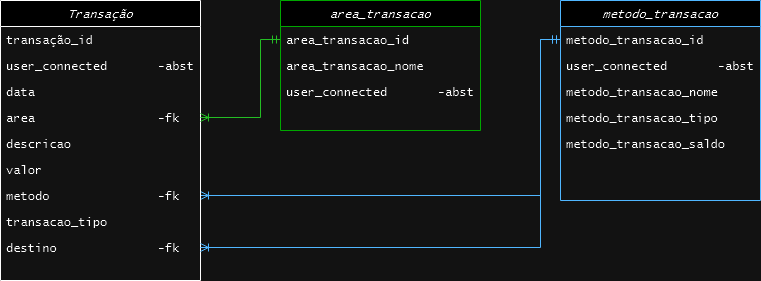
The draw.io diagram utils/my-money-management.png in Antonio-Neves/my-money-management, before a commit. Source tidied: cells renumbered, new cells last; positions are measured from the earlier drawing's top-left corner, leaving out a move shared by most shapes.
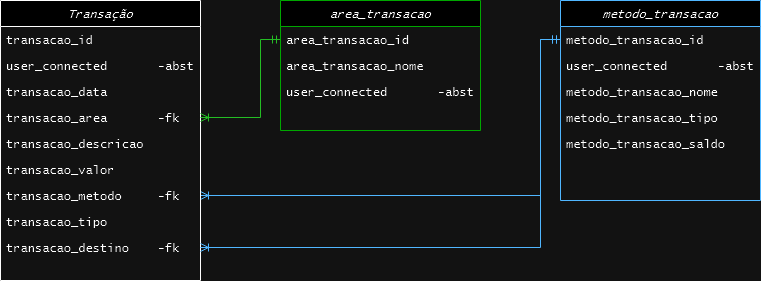
After the change.

The edit, as a diff of the source:
```diff
@@ -42,31 +42,31 @@
     <mxCell id="13" value="Transação" style="swimlane;fontStyle=2;align=center;verticalAlign=top;horizontal=1;startSize=26;rounded=0;shadow=0;strokeWidth=1;fontFamily=Lucida Console;" parent="1" vertex="1">
       <mxGeometry width="200" height="280" as="geometry" />
     </mxCell>
-    <mxCell id="14" value="transação_id" style="text;align=left;verticalAlign=top;spacingLeft=4;spacingRight=4;overflow=hidden;fontFamily=Lucida Console;" parent="13" vertex="1">
+    <mxCell id="14" value="transacao_id" style="text;align=left;verticalAlign=top;spacingLeft=4;spacingRight=4;overflow=hidden;fontFamily=Lucida Console;" parent="13" vertex="1">
       <mxGeometry y="26" width="200" height="26" as="geometry" />
     </mxCell>
     <mxCell id="15" value="user_connected       -abst" style="text;align=left;verticalAlign=top;spacingLeft=4;spacingRight=4;overflow=hidden;rounded=0;shadow=0;html=0;fontFamily=Lucida Console;" parent="13" vertex="1">
       <mxGeometry y="52" width="200" height="26" as="geometry" />
     </mxCell>
-    <mxCell id="16" value="data" style="text;align=left;verticalAlign=top;spacingLeft=4;spacingRight=4;overflow=hidden;fontFamily=Lucida Console;" parent="13" vertex="1">
+    <mxCell id="16" value="transacao_data" style="text;align=left;verticalAlign=top;spacingLeft=4;spacingRight=4;overflow=hidden;fontFamily=Lucida Console;" parent="13" vertex="1">
       <mxGeometry y="78" width="200" height="26" as="geometry" />
     </mxCell>
-    <mxCell id="17" value="area                 -fk" style="text;align=left;verticalAlign=top;spacingLeft=4;spacingRight=4;overflow=hidden;points=[[0,0.5],[1,0.5]];portConstraint=eastwest;rounded=0;shadow=0;html=0;fontFamily=Lucida Console;" parent="13" vertex="1">
+    <mxCell id="17" value="transacao_area       -fk" style="text;align=left;verticalAlign=top;spacingLeft=4;spacingRight=4;overflow=hidden;points=[[0,0.5],[1,0.5]];portConstraint=eastwest;rounded=0;shadow=0;html=0;fontFamily=Lucida Console;" parent="13" vertex="1">
       <mxGeometry y="104" width="200" height="26" as="geometry" />
     </mxCell>
-    <mxCell id="18" value="descricao" style="text;align=left;verticalAlign=top;spacingLeft=4;spacingRight=4;overflow=hidden;rounded=0;shadow=0;html=0;fontFamily=Lucida Console;" parent="13" vertex="1">
+    <mxCell id="18" value="transacao_descricao" style="text;align=left;verticalAlign=top;spacingLeft=4;spacingRight=4;overflow=hidden;rounded=0;shadow=0;html=0;fontFamily=Lucida Console;" parent="13" vertex="1">
       <mxGeometry y="130" width="200" height="26" as="geometry" />
     </mxCell>
-    <mxCell id="19" value="valor" style="text;align=left;verticalAlign=top;spacingLeft=4;spacingRight=4;overflow=hidden;rounded=0;shadow=0;html=0;fontFamily=Lucida Console;" parent="13" vertex="1">
+    <mxCell id="19" value="transacao_valor" style="text;align=left;verticalAlign=top;spacingLeft=4;spacingRight=4;overflow=hidden;rounded=0;shadow=0;html=0;fontFamily=Lucida Console;" parent="13" vertex="1">
       <mxGeometry y="156" width="200" height="26" as="geometry" />
     </mxCell>
-    <mxCell id="20" value="metodo               -fk" style="text;align=left;verticalAlign=top;spacingLeft=4;spacingRight=4;overflow=hidden;points=[[0,0.5],[1,0.5]];portConstraint=eastwest;rounded=0;shadow=0;html=0;fontFamily=Lucida Console;" parent="13" vertex="1">
+    <mxCell id="20" value="transacao_metodo     -fk" style="text;align=left;verticalAlign=top;spacingLeft=4;spacingRight=4;overflow=hidden;points=[[0,0.5],[1,0.5]];portConstraint=eastwest;rounded=0;shadow=0;html=0;fontFamily=Lucida Console;" parent="13" vertex="1">
       <mxGeometry y="182" width="200" height="26" as="geometry" />
     </mxCell>
     <mxCell id="21" value="transacao_tipo" style="text;align=left;verticalAlign=top;spacingLeft=4;spacingRight=4;overflow=hidden;rounded=0;shadow=0;html=0;fontFamily=Lucida Console;" parent="13" vertex="1">
       <mxGeometry y="208" width="200" height="26" as="geometry" />
     </mxCell>
-    <mxCell id="22" value="destino              -fk" style="text;align=left;verticalAlign=top;spacingLeft=4;spacingRight=4;overflow=hidden;points=[[0,0.5],[1,0.5]];portConstraint=eastwest;rounded=0;shadow=0;html=0;fontFamily=Lucida Console;" parent="13" vertex="1">
+    <mxCell id="22" value="transacao_destino    -fk" style="text;align=left;verticalAlign=top;spacingLeft=4;spacingRight=4;overflow=hidden;points=[[0,0.5],[1,0.5]];portConstraint=eastwest;rounded=0;shadow=0;html=0;fontFamily=Lucida Console;" parent="13" vertex="1">
       <mxGeometry y="234" width="200" height="26" as="geometry" />
     </mxCell>
     <mxCell id="23" style="edgeStyle=elbowEdgeStyle;fontSize=12;html=1;endArrow=ERoneToMany;startArrow=ERmandOne;rounded=0;fontFamily=Lucida Console;entryX=1;entryY=0.5;entryDx=0;entryDy=0;exitX=0;exitY=0.5;exitDx=0;exitDy=0;strokeColor=#0066CC;" parent="1" edge="1" source="3" target="22">
```
